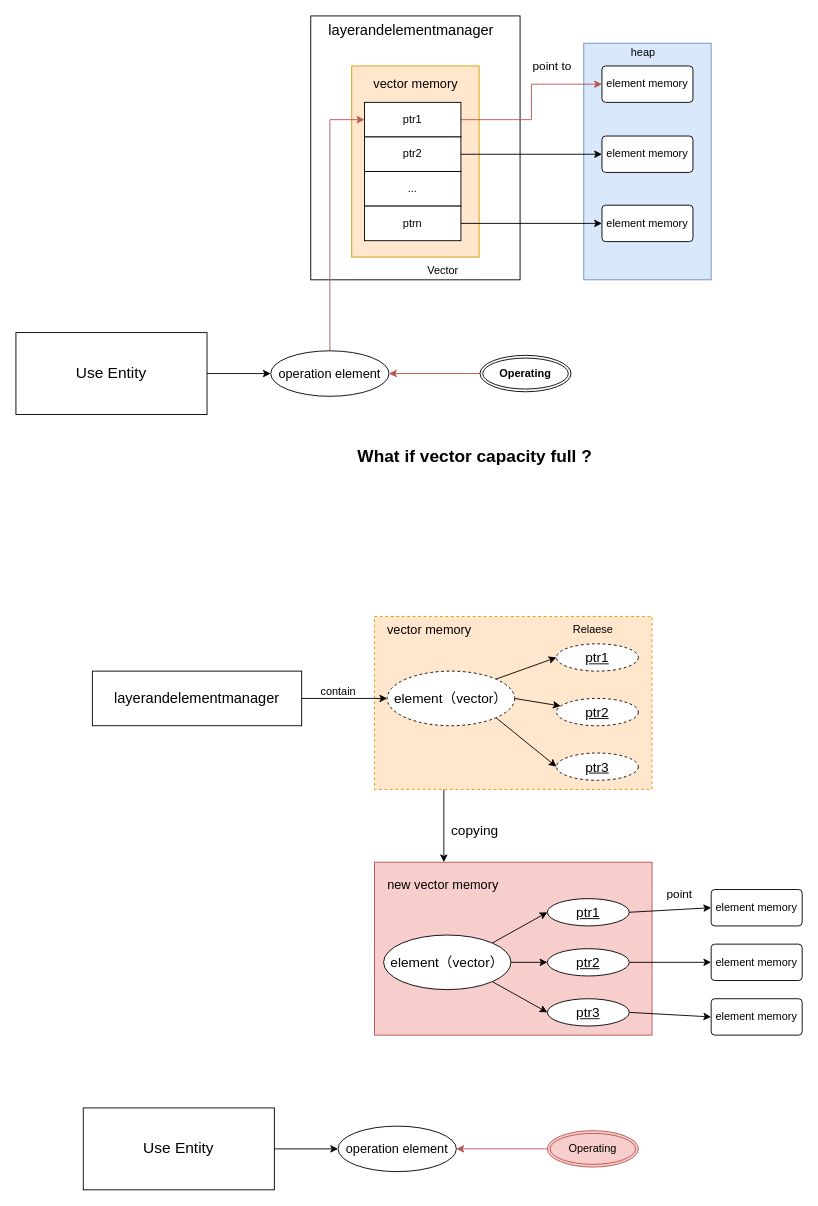
Before: 崩溃猜想.drawio in Jev0987/drawioFile, a draw.io diagram. Source tidied: cells renumbered, new cells numbered last; positions are measured from the earlier drawing's top-left corner, leaving out a move shared by most shapes. Both pictures are drawn from the tidied source at 91%, with x=0, y=0 at pixel (15, 15).
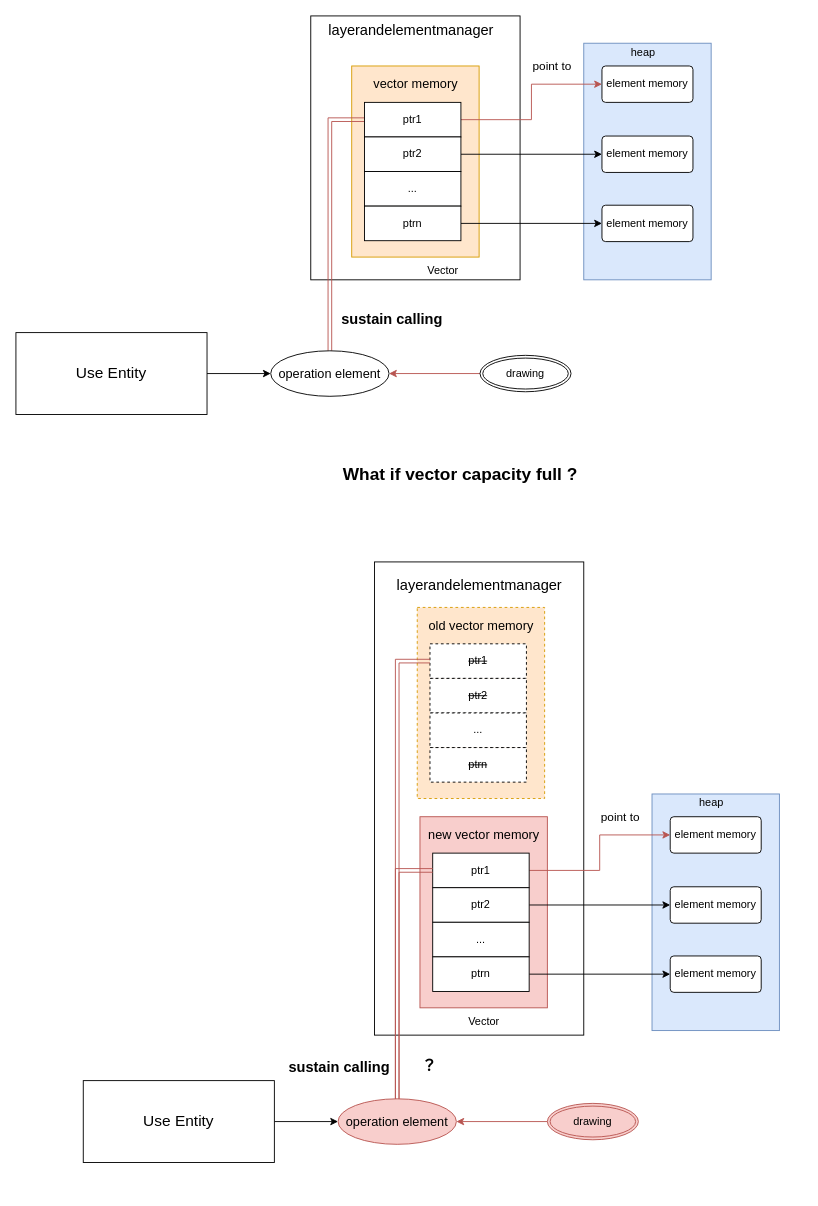
The same diagram, later.

Commit message:
更新崩溃猜想.drawio

The change refers to these unchanged cells:
```xml
<mxCell id="18" value="operation element" style="ellipse;whiteSpace=wrap;html=1;align=center;fontSize=14;" parent="1" vertex="1">
  <mxGeometry x="280" y="368" width="130" height="50" as="geometry" />
</mxCell>
<mxCell id="56" value="ptr1" style="rounded=0;whiteSpace=wrap;html=1;" parent="1" vertex="1">
  <mxGeometry x="383" y="95" width="106" height="38" as="geometry" />
</mxCell>
```

The edit, as a diff of the source:
```diff
@@
-    <mxCell id="4" style="rounded=0;whiteSpace=wrap;html=1;fillColor=#f8cecc;strokeColor=#b85450;" parent="1" vertex="1">
-      <mxGeometry x="394" y="930" width="305" height="190" as="geometry" />
-    </mxCell>
@@
     <mxCell id="16" value="&lt;b&gt;What if vector capacity full ?&lt;/b&gt;" style="text;html=1;align=center;verticalAlign=middle;strokeColor=none;fillColor=none;fontSize=19;" parent="1" vertex="1">
-      <mxGeometry x="364" y="465" width="280" height="40" as="geometry" />
+      <mxGeometry x="348" y="485" width="280" height="40" as="geometry" />
     </mxCell>
-    <mxCell id="17" style="edgeStyle=orthogonalEdgeStyle;rounded=0;jettySize=auto;html=1;exitX=0.5;exitY=0;exitDx=0;exitDy=0;entryX=0;entryY=0.5;entryDx=0;entryDy=0;fillColor=#f8cecc;strokeColor=#b85450;" parent="1" edge="1" source="18" target="56">
+    <mxCell id="17" style="edgeStyle=orthogonalEdgeStyle;rounded=0;jettySize=auto;html=1;exitX=0.5;exitY=0;exitDx=0;exitDy=0;entryX=0;entryY=0.5;entryDx=0;entryDy=0;fillColor=#f8cecc;strokeColor=#b85450;shape=link;" parent="1" edge="1" source="18" target="56">
       <mxGeometry relative="1" as="geometry" />
     </mxCell>
@@
-    <mxCell id="20" value="&lt;span&gt;Operating&lt;/span&gt;" style="ellipse;shape=doubleEllipse;margin=3;whiteSpace=wrap;html=1;align=center;fontStyle=1;" parent="1" vertex="1">
+    <mxCell id="20" value="&lt;span&gt;drawing&lt;/span&gt;" style="ellipse;shape=doubleEllipse;margin=3;whiteSpace=wrap;html=1;align=center;fontStyle=0;" parent="1" vertex="1">
       <mxGeometry x="510" y="373" width="100" height="40" as="geometry" />
     </mxCell>
-    <mxCell id="21" style="edgeStyle=orthogonalEdgeStyle;rounded=0;jettySize=auto;html=1;exitX=0.25;exitY=1;exitDx=0;exitDy=0;entryX=0.25;entryY=0;entryDx=0;entryDy=0;" parent="1" edge="1" source="22" target="4">
-      <mxGeometry relative="1" as="geometry" />
-    </mxCell>
-    <mxCell id="22" style="rounded=0;whiteSpace=wrap;html=1;fillColor=#ffe6cc;strokeColor=#d79b00;dashed=1;" parent="1" vertex="1">
-      <mxGeometry x="394" y="660" width="305" height="190" as="geometry" />
-    </mxCell>
-    <mxCell id="23" style="edgeStyle=orthogonalEdgeStyle;rounded=0;jettySize=auto;html=1;exitX=1;exitY=0.5;exitDx=0;exitDy=0;entryX=0;entryY=0.5;entryDx=0;entryDy=0;" parent="1" edge="1" source="24" target="28">
-      <mxGeometry relative="1" as="geometry" />
-    </mxCell>
-    <mxCell id="24" value="&lt;font style=&quot;font-size: 16px;&quot;&gt;layerandelementmanager&lt;/font&gt;" style="rounded=0;whiteSpace=wrap;html=1;fontSize=16;" parent="1" vertex="1">
-      <mxGeometry x="84" y="720" width="230" height="60" as="geometry" />
-    </mxCell>
-    <mxCell id="25" style="rounded=0;jettySize=auto;html=1;exitX=1;exitY=0;exitDx=0;exitDy=0;entryX=0;entryY=0.5;entryDx=0;entryDy=0;" parent="1" edge="1" source="28" target="31">
-      <mxGeometry relative="1" as="geometry" />
-    </mxCell>
-    <mxCell id="26" style="rounded=0;jettySize=auto;html=1;exitX=1;exitY=0.5;exitDx=0;exitDy=0;" parent="1" edge="1" source="28" target="33">
-      <mxGeometry relative="1" as="geometry" />
-    </mxCell>
-    <mxCell id="27" style="rounded=0;jettySize=auto;html=1;exitX=1;exitY=1;exitDx=0;exitDy=0;entryX=0;entryY=0.5;entryDx=0;entryDy=0;" parent="1" edge="1" source="28" target="35">
-      <mxGeometry relative="1" as="geometry" />
-    </mxCell>
-    <mxCell id="28" value="element（vector）" style="ellipse;whiteSpace=wrap;html=1;align=center;fontSize=15;dashed=1;" parent="1" vertex="1">
-      <mxGeometry x="408" y="720" width="140" height="60" as="geometry" />
-    </mxCell>
-    <mxCell id="29" value="contain" style="text;html=1;align=center;verticalAlign=middle;strokeColor=none;fillColor=none;" parent="1" vertex="1">
-      <mxGeometry x="324" y="728" width="60" height="30" as="geometry" />
-    </mxCell>
-    <mxCell id="30" style="rounded=0;jettySize=auto;html=1;exitX=1;exitY=0.5;exitDx=0;exitDy=0;entryX=0;entryY=0.5;entryDx=0;entryDy=0;" parent="1" edge="1" source="52" target="36">
-      <mxGeometry relative="1" as="geometry" />
-    </mxCell>
-    <mxCell id="31" value="ptr1" style="ellipse;whiteSpace=wrap;html=1;align=center;fontStyle=4;fontSize=15;dashed=1;" parent="1" vertex="1">
-      <mxGeometry x="594" y="690" width="90" height="30" as="geometry" />
-    </mxCell>
-    <mxCell id="32" style="rounded=0;jettySize=auto;html=1;exitX=1;exitY=0.5;exitDx=0;exitDy=0;entryX=0;entryY=0.5;entryDx=0;entryDy=0;" parent="1" edge="1" source="53" target="37">
-      <mxGeometry relative="1" as="geometry" />
-    </mxCell>
-    <mxCell id="33" value="ptr2" style="ellipse;whiteSpace=wrap;html=1;align=center;fontStyle=4;fontSize=15;dashed=1;" parent="1" vertex="1">
-      <mxGeometry x="594" y="750" width="90" height="30" as="geometry" />
-    </mxCell>
-    <mxCell id="34" style="rounded=0;jettySize=auto;html=1;exitX=1;exitY=0.5;exitDx=0;exitDy=0;entryX=0;entryY=0.5;entryDx=0;entryDy=0;" parent="1" edge="1" source="54" target="38">
-      <mxGeometry relative="1" as="geometry" />
-    </mxCell>
-    <mxCell id="35" value="ptr3" style="ellipse;whiteSpace=wrap;html=1;align=center;fontStyle=4;fontSize=15;dashed=1;" parent="1" vertex="1">
-      <mxGeometry x="594" y="810" width="90" height="30" as="geometry" />
-    </mxCell>
-    <mxCell id="36" value="element memory" style="rounded=1;arcSize=10;whiteSpace=wrap;html=1;align=center;" parent="1" vertex="1">
-      <mxGeometry x="764" y="960" width="100" height="40" as="geometry" />
-    </mxCell>
-    <mxCell id="37" value="element memory" style="rounded=1;arcSize=10;whiteSpace=wrap;html=1;align=center;" parent="1" vertex="1">
-      <mxGeometry x="764" y="1020" width="100" height="40" as="geometry" />
-    </mxCell>
-    <mxCell id="38" value="element memory" style="rounded=1;arcSize=10;whiteSpace=wrap;html=1;align=center;" parent="1" vertex="1">
-      <mxGeometry x="764" y="1080" width="100" height="40" as="geometry" />
-    </mxCell>
-    <mxCell id="39" value="vector memory" style="text;html=1;align=center;verticalAlign=middle;strokeColor=none;fillColor=none;fontSize=14;" parent="1" vertex="1">
-      <mxGeometry x="394" y="660" width="120" height="30" as="geometry" />
-    </mxCell>
-    <mxCell id="40" value="point" style="text;html=1;align=center;verticalAlign=middle;strokeColor=none;fillColor=none;fontSize=13;" parent="1" vertex="1">
-      <mxGeometry x="704" y="950" width="50" height="30" as="geometry" />
-    </mxCell>
@@
     <mxCell id="42" value="Use Entity" style="whiteSpace=wrap;html=1;align=center;fontSize=17;" parent="1" vertex="1">
-      <mxGeometry x="74" y="1200" width="210" height="90" as="geometry" />
+      <mxGeometry x="74" y="1170" width="210" height="90" as="geometry" />
     </mxCell>
-    <mxCell id="43" value="operation element" style="ellipse;whiteSpace=wrap;html=1;align=center;fontSize=14;" parent="1" vertex="1">
-      <mxGeometry x="354" y="1220" width="130" height="50" as="geometry" />
+    <mxCell id="43" value="operation element" style="ellipse;whiteSpace=wrap;html=1;align=center;fontSize=14;fillColor=#f8cecc;strokeColor=#b85450;" parent="1" vertex="1">
+      <mxGeometry x="354" y="1190" width="130" height="50" as="geometry" />
     </mxCell>
@@
-    <mxCell id="45" value="Operating" style="ellipse;shape=doubleEllipse;margin=3;whiteSpace=wrap;html=1;align=center;fillColor=#f8cecc;strokeColor=#b85450;" parent="1" vertex="1">
-      <mxGeometry x="584" y="1225" width="100" height="40" as="geometry" />
+    <mxCell id="45" value="drawing" style="ellipse;shape=doubleEllipse;margin=3;whiteSpace=wrap;html=1;align=center;fillColor=#f8cecc;strokeColor=#b85450;" parent="1" vertex="1">
+      <mxGeometry x="584" y="1195" width="100" height="40" as="geometry" />
     </mxCell>
-    <mxCell id="46" value="new vector memory" style="text;html=1;align=center;verticalAlign=middle;strokeColor=none;fillColor=none;fontSize=14;" parent="1" vertex="1">
-      <mxGeometry x="394" y="940" width="150" height="30" as="geometry" />
-    </mxCell>
-    <mxCell id="47" style="rounded=0;jettySize=auto;html=1;exitX=1;exitY=0;exitDx=0;exitDy=0;entryX=0;entryY=0.5;entryDx=0;entryDy=0;" parent="1" edge="1" source="50" target="52">
-      <mxGeometry relative="1" as="geometry" />
-    </mxCell>
-    <mxCell id="48" style="rounded=0;jettySize=auto;html=1;exitX=1;exitY=0.5;exitDx=0;exitDy=0;entryX=0;entryY=0.5;entryDx=0;entryDy=0;" parent="1" edge="1" source="50" target="53">
-      <mxGeometry relative="1" as="geometry" />
-    </mxCell>
-    <mxCell id="49" style="rounded=0;jettySize=auto;html=1;exitX=1;exitY=1;exitDx=0;exitDy=0;entryX=0;entryY=0.5;entryDx=0;entryDy=0;" parent="1" edge="1" source="50" target="54">
-      <mxGeometry relative="1" as="geometry" />
-    </mxCell>
-    <mxCell id="50" value="element（vector）" style="ellipse;whiteSpace=wrap;html=1;align=center;fontSize=15;" parent="1" vertex="1">
-      <mxGeometry x="404" y="1010" width="140" height="60" as="geometry" />
-    </mxCell>
-    <mxCell id="51" value="copying" style="text;html=1;align=center;verticalAlign=middle;strokeColor=none;fillColor=none;strokeWidth=4;fontSize=15;" parent="1" vertex="1">
-      <mxGeometry x="464" y="880" width="80" height="30" as="geometry" />
-    </mxCell>
-    <mxCell id="52" value="ptr1" style="ellipse;whiteSpace=wrap;html=1;align=center;fontStyle=4;fontSize=15;" parent="1" vertex="1">
-      <mxGeometry x="584" y="970" width="90" height="30" as="geometry" />
-    </mxCell>
-    <mxCell id="53" value="ptr2" style="ellipse;whiteSpace=wrap;html=1;align=center;fontStyle=4;fontSize=15;" parent="1" vertex="1">
-      <mxGeometry x="584" y="1025" width="90" height="30" as="geometry" />
-    </mxCell>
-    <mxCell id="54" value="ptr3" style="ellipse;whiteSpace=wrap;html=1;align=center;fontStyle=4;fontSize=15;" parent="1" vertex="1">
-      <mxGeometry x="584" y="1080" width="90" height="30" as="geometry" />
-    </mxCell>
-    <mxCell id="55" value="Relaese" style="text;html=1;align=center;verticalAlign=middle;strokeColor=none;fillColor=none;" parent="1" vertex="1">
-      <mxGeometry x="599" y="660" width="70" height="30" as="geometry" />
-    </mxCell>
@@
+    <mxCell id="63" value="&lt;b&gt;sustain calling&lt;/b&gt;" style="text;html=1;align=center;verticalAlign=middle;strokeColor=none;fillColor=none;fontSize=16;" parent="1" vertex="1">
+      <mxGeometry x="348" y="318" width="130" height="30" as="geometry" />
+    </mxCell>
+    <mxCell id="64" style="rounded=0;whiteSpace=wrap;html=1;fontSize=16;" parent="1" vertex="1">
+      <mxGeometry x="394" y="600" width="230" height="520" as="geometry" />
+    </mxCell>
+    <mxCell id="65" style="rounded=0;whiteSpace=wrap;html=1;fillColor=#dae8fc;strokeColor=#6c8ebf;" parent="1" vertex="1">
+      <mxGeometry x="699" y="855" width="140" height="260" as="geometry" />
+    </mxCell>
+    <mxCell id="66" style="rounded=0;whiteSpace=wrap;html=1;fillColor=#f8cecc;strokeColor=#b85450;" parent="1" vertex="1">
+      <mxGeometry x="444" y="880" width="140" height="210" as="geometry" />
+    </mxCell>
+    <mxCell id="67" style="edgeStyle=orthogonalEdgeStyle;rounded=0;jettySize=auto;html=1;exitX=1;exitY=0.5;exitDx=0;exitDy=0;entryX=0;entryY=0.5;entryDx=0;entryDy=0;fillColor=#f8cecc;strokeColor=#b85450;" parent="1" edge="1" source="74" target="70">
+      <mxGeometry relative="1" as="geometry" />
+    </mxCell>
+    <mxCell id="68" style="edgeStyle=orthogonalEdgeStyle;rounded=0;jettySize=auto;html=1;exitX=1;exitY=0.5;exitDx=0;exitDy=0;entryX=0;entryY=0.5;entryDx=0;entryDy=0;" parent="1" edge="1" source="75" target="71">
+      <mxGeometry relative="1" as="geometry" />
+    </mxCell>
+    <mxCell id="69" style="edgeStyle=orthogonalEdgeStyle;rounded=0;jettySize=auto;html=1;exitX=1;exitY=0.5;exitDx=0;exitDy=0;entryX=0;entryY=0.5;entryDx=0;entryDy=0;" parent="1" edge="1" source="77" target="72">
+      <mxGeometry relative="1" as="geometry" />
+    </mxCell>
+    <mxCell id="70" value="element memory" style="rounded=1;arcSize=10;whiteSpace=wrap;html=1;align=center;" parent="1" vertex="1">
+      <mxGeometry x="719" y="880" width="100" height="40" as="geometry" />
+    </mxCell>
+    <mxCell id="71" value="element memory" style="rounded=1;arcSize=10;whiteSpace=wrap;html=1;align=center;" parent="1" vertex="1">
+      <mxGeometry x="719" y="957" width="100" height="40" as="geometry" />
+    </mxCell>
+    <mxCell id="72" value="element memory" style="rounded=1;arcSize=10;whiteSpace=wrap;html=1;align=center;" parent="1" vertex="1">
+      <mxGeometry x="719" y="1033" width="100" height="40" as="geometry" />
+    </mxCell>
+    <mxCell id="46" value="new vector memory" style="text;html=1;align=center;verticalAlign=middle;strokeColor=none;fillColor=none;fontSize=14;" parent="1" vertex="1">
+      <mxGeometry x="439" y="885" width="150" height="30" as="geometry" />
+    </mxCell>
+    <mxCell id="73" value="point to" style="text;html=1;align=center;verticalAlign=middle;strokeColor=none;fillColor=none;fontSize=13;" parent="1" vertex="1">
+      <mxGeometry x="629" y="865" width="70" height="30" as="geometry" />
+    </mxCell>
+    <mxCell id="74" value="ptr1" style="rounded=0;whiteSpace=wrap;html=1;" parent="1" vertex="1">
+      <mxGeometry x="458" y="920" width="106" height="38" as="geometry" />
+    </mxCell>
+    <mxCell id="75" value="ptr2" style="rounded=0;whiteSpace=wrap;html=1;" parent="1" vertex="1">
+      <mxGeometry x="458" y="958" width="106" height="38" as="geometry" />
+    </mxCell>
+    <mxCell id="76" value="..." style="rounded=0;whiteSpace=wrap;html=1;" parent="1" vertex="1">
+      <mxGeometry x="458" y="996" width="106" height="38" as="geometry" />
+    </mxCell>
+    <mxCell id="77" value="ptrn" style="rounded=0;whiteSpace=wrap;html=1;" parent="1" vertex="1">
+      <mxGeometry x="458" y="1034" width="106" height="38" as="geometry" />
+    </mxCell>
+    <mxCell id="78" value="heap" style="text;html=1;align=center;verticalAlign=middle;strokeColor=none;fillColor=none;" parent="1" vertex="1">
+      <mxGeometry x="739" y="850" width="50" height="30" as="geometry" />
+    </mxCell>
+    <mxCell id="79" value="Vector" style="text;html=1;align=center;verticalAlign=middle;strokeColor=none;fillColor=none;" parent="1" vertex="1">
+      <mxGeometry x="484" y="1090" width="60" height="30" as="geometry" />
+    </mxCell>
+    <mxCell id="24" value="&lt;span style=&quot;font-size: 16px; text-wrap: wrap;&quot;&gt;layerandelementmanager&lt;/span&gt;" style="text;html=1;align=center;verticalAlign=middle;points=[];strokeColor=none;fillColor=none;" parent="1" vertex="1">
+      <mxGeometry x="409" y="610" width="200" height="30" as="geometry" />
+    </mxCell>
+    <mxCell id="80" style="rounded=0;whiteSpace=wrap;html=1;fillColor=#ffe6cc;strokeColor=#d79b00;dashed=1;" parent="1" vertex="1">
+      <mxGeometry x="441" y="650" width="140" height="210" as="geometry" />
+    </mxCell>
+    <mxCell id="81" value="old vector memory" style="text;html=1;align=center;verticalAlign=middle;strokeColor=none;fillColor=none;fontSize=14;dashed=1;" parent="1" vertex="1">
+      <mxGeometry x="441" y="655" width="140" height="30" as="geometry" />
+    </mxCell>
+    <mxCell id="82" value="&lt;strike&gt;ptr1&lt;/strike&gt;" style="rounded=0;whiteSpace=wrap;html=1;dashed=1;" parent="1" vertex="1">
+      <mxGeometry x="455" y="690" width="106" height="38" as="geometry" />
+    </mxCell>
+    <mxCell id="83" value="&lt;strike&gt;ptr2&lt;/strike&gt;" style="rounded=0;whiteSpace=wrap;html=1;dashed=1;" parent="1" vertex="1">
+      <mxGeometry x="455" y="728" width="106" height="38" as="geometry" />
+    </mxCell>
+    <mxCell id="84" value="..." style="rounded=0;whiteSpace=wrap;html=1;dashed=1;" parent="1" vertex="1">
+      <mxGeometry x="455" y="766" width="106" height="38" as="geometry" />
+    </mxCell>
+    <mxCell id="85" value="&lt;strike&gt;ptrn&lt;/strike&gt;" style="rounded=0;whiteSpace=wrap;html=1;dashed=1;" parent="1" vertex="1">
+      <mxGeometry x="455" y="804" width="106" height="38" as="geometry" />
+    </mxCell>
+    <mxCell id="86" style="edgeStyle=orthogonalEdgeStyle;rounded=0;jettySize=auto;html=1;exitX=0.5;exitY=0;exitDx=0;exitDy=0;entryX=0;entryY=0.5;entryDx=0;entryDy=0;fillColor=#f8cecc;strokeColor=#b85450;shape=link;" parent="1" edge="1" source="43" target="82">
+      <mxGeometry relative="1" as="geometry" />
+    </mxCell>
+    <mxCell id="87" style="edgeStyle=orthogonalEdgeStyle;rounded=0;jettySize=auto;html=1;exitX=0.5;exitY=0;exitDx=0;exitDy=0;entryX=0;entryY=0.5;entryDx=0;entryDy=0;shape=link;fillColor=#f8cecc;strokeColor=#b85450;" parent="1" edge="1" source="43" target="74">
+      <mxGeometry relative="1" as="geometry" />
+    </mxCell>
+    <mxCell id="88" value="&lt;b&gt;&lt;font style=&quot;font-size: 17px;&quot;&gt;？&lt;/font&gt;&lt;/b&gt;" style="text;html=1;align=center;verticalAlign=middle;strokeColor=none;fillColor=none;" parent="1" vertex="1">
+      <mxGeometry x="434" y="1140" width="40" height="30" as="geometry" />
+    </mxCell>
+    <mxCell id="89" value="&lt;b&gt;sustain calling&lt;/b&gt;" style="text;html=1;align=center;verticalAlign=middle;strokeColor=none;fillColor=none;fontSize=16;" parent="1" vertex="1">
+      <mxGeometry x="290" y="1140" width="130" height="30" as="geometry" />
+    </mxCell>
```
